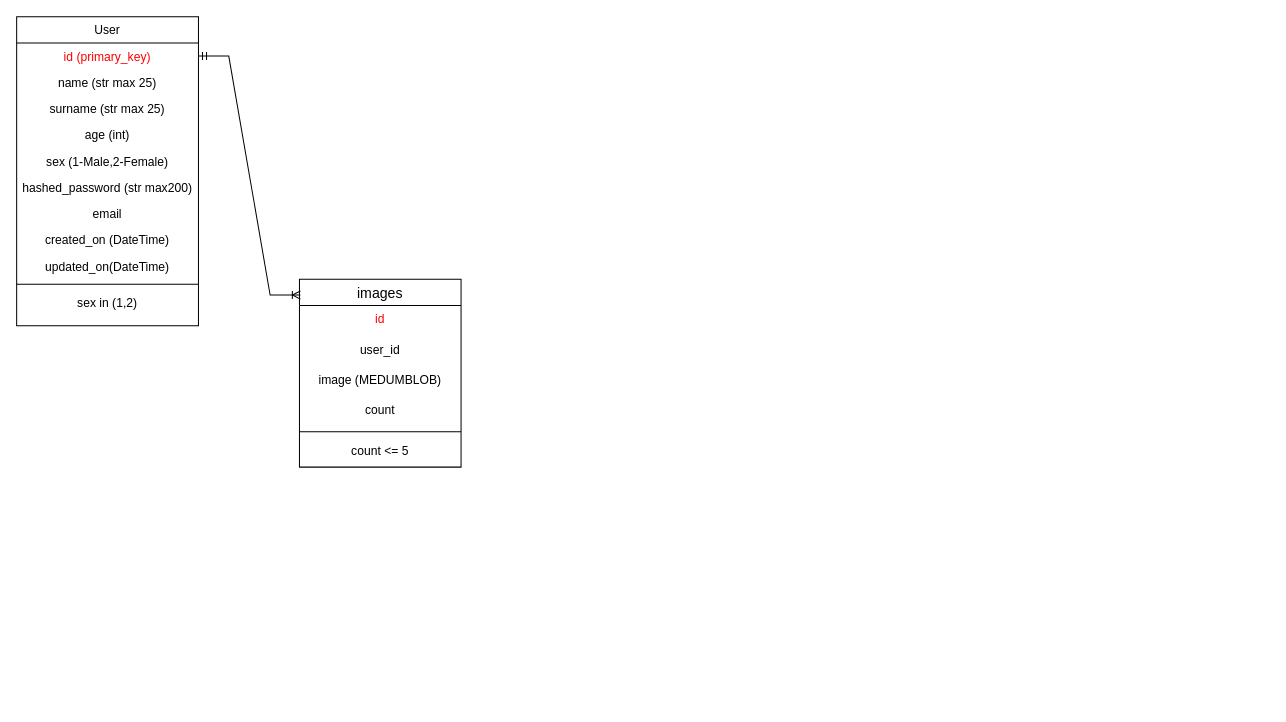
The draw.io diagram data/Untitled Diagram.drawio in andrey-blight/ademy, before the edit. Source tidied: cells renumbered, new cells numbered last; positions are measured from the earlier drawing's top-left corner, leaving out a move shared by most shapes. Both pictures are drawn from the tidied source at 101%, with x=0, y=0 at pixel (16, 16).
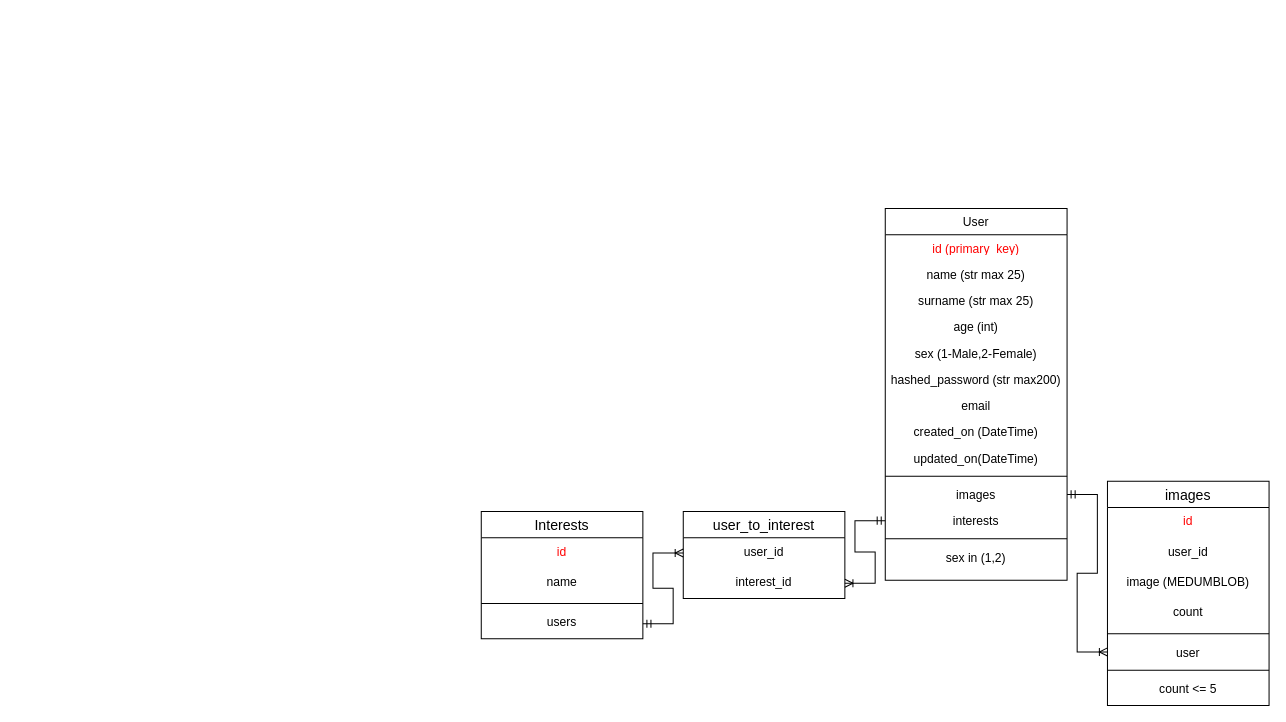
Above is the later version.

Commit message:
Add interests to diagram

The change refers to these unchanged cells:
```xml
<mxCell id="3" value="id (primary_key)&#10;" style="text;align=center;verticalAlign=top;spacingLeft=4;spacingRight=4;overflow=hidden;points=[[0,0.5],[1,0.5]];portConstraint=eastwest;fontColor=#FF0000;" parent="2" vertex="1">
  <mxGeometry y="26" width="180" height="26" as="geometry" />
</mxCell>
```

The edit, as a diff of the source:
```diff
@@
     <mxCell id="2" value="User" style="swimlane;fontStyle=0;align=center;verticalAlign=top;horizontal=1;startSize=26;rounded=0;shadow=0;strokeWidth=1;" parent="1" vertex="1">
-      <mxGeometry width="180" height="306" as="geometry" />
+      <mxGeometry x="860" y="190" width="180" height="368" as="geometry" />
     </mxCell>
@@
+    <mxCell id="22" style="line;strokeWidth=1;dashed=0;labelPosition=right;align=left;verticalAlign=middle;spacingTop=0;spacingLeft=6;fontColor=#FF0000;" parent="2" vertex="1">
+      <mxGeometry y="260" width="180" height="10" as="geometry" />
+    </mxCell>
+    <mxCell id="23" value="images" style="text;align=center;verticalAlign=top;spacingLeft=4;spacingRight=4;overflow=hidden;points=[[0,0.5],[1,0.5]];portConstraint=eastwest;rounded=0;shadow=0;html=0;" parent="2" vertex="1">
+      <mxGeometry y="270" width="180" height="26" as="geometry" />
+    </mxCell>
+    <mxCell id="24" value="interests" style="text;align=center;verticalAlign=top;spacingLeft=4;spacingRight=4;overflow=hidden;points=[[0,0.5],[1,0.5]];portConstraint=eastwest;rounded=0;shadow=0;html=0;" parent="2" vertex="1">
+      <mxGeometry y="296" width="180" height="26" as="geometry" />
+    </mxCell>
     <mxCell id="12" style="line;strokeWidth=1;dashed=0;labelPosition=right;align=left;verticalAlign=middle;spacingTop=0;spacingLeft=6;fontColor=#FF0000;" parent="2" vertex="1">
-      <mxGeometry y="260" width="180" height="10" as="geometry" />
+      <mxGeometry y="322" width="180" height="10" as="geometry" />
     </mxCell>
     <mxCell id="13" value="sex in (1,2)" style="text;align=center;verticalAlign=top;spacingLeft=4;spacingRight=4;overflow=hidden;rounded=0;shadow=0;html=0;" parent="2" vertex="1">
-      <mxGeometry y="270" width="180" height="36" as="geometry" />
+      <mxGeometry y="332" width="180" height="36" as="geometry" />
     </mxCell>
     <mxCell id="14" value="images" style="swimlane;fontStyle=0;horizontal=1;startSize=26;align=center;fontSize=14;" parent="1" vertex="1">
-      <mxGeometry x="280" y="260" width="160" height="186" as="geometry" />
+      <mxGeometry x="1080" y="460" width="160" height="222" as="geometry" />
     </mxCell>
@@
+    <mxCell id="25" style="line;strokeWidth=1;dashed=0;labelPosition=right;align=left;verticalAlign=middle;spacingTop=0;spacingLeft=6;fontColor=#FF0000;" parent="14" vertex="1">
+      <mxGeometry y="146" width="160" height="10" as="geometry" />
+    </mxCell>
+    <mxCell id="26" value="user" style="text;align=center;verticalAlign=top;spacingLeft=4;spacingRight=4;overflow=hidden;points=[[0,0.5],[1,0.5]];portConstraint=eastwest;rounded=0;shadow=0;html=0;" parent="14" vertex="1">
+      <mxGeometry y="156" width="160" height="26" as="geometry" />
+    </mxCell>
     <mxCell id="19" style="line;strokeWidth=1;dashed=0;labelPosition=right;align=left;verticalAlign=middle;spacingTop=0;spacingLeft=6;fontColor=#FF0000;" parent="14" vertex="1">
-      <mxGeometry y="146" width="160" height="10" as="geometry" />
+      <mxGeometry y="182" width="160" height="10" as="geometry" />
     </mxCell>
     <mxCell id="20" value="count &lt;= 5" style="text;strokeColor=none;fillColor=none;spacingLeft=4;spacingRight=4;overflow=hidden;fontSize=12;align=center;" parent="14" vertex="1">
-      <mxGeometry y="156" width="160" height="30" as="geometry" />
+      <mxGeometry y="192" width="160" height="30" as="geometry" />
     </mxCell>
-    <mxCell id="21" style="edgeStyle=entityRelationEdgeStyle;fontSize=12;html=1;endArrow=ERoneToMany;startArrow=ERmandOne;rounded=0;fontColor=#FF0000;exitX=1;exitY=0.5;exitDx=0;exitDy=0;entryX=0.006;entryY=0.084;entryDx=0;entryDy=0;entryPerimeter=0;" parent="1" edge="1" source="3" target="14">
+    <mxCell id="21" style="edgeStyle=entityRelationEdgeStyle;fontSize=12;html=1;endArrow=ERoneToMany;startArrow=ERmandOne;rounded=0;fontColor=#FF0000;entryX=0;entryY=0.5;entryDx=0;entryDy=0;exitX=1;exitY=0.5;exitDx=0;exitDy=0;" parent="1" edge="1" source="23" target="26">
       <mxGeometry relative="1" as="geometry" />
     </mxCell>
+    <mxCell id="27" value="user_to_interest" style="swimlane;fontStyle=0;horizontal=1;startSize=26;align=center;fontSize=14;" parent="1" vertex="1">
+      <mxGeometry x="660" y="490" width="160" height="86" as="geometry" />
+    </mxCell>
+    <mxCell id="28" value="user_id" style="text;strokeColor=none;fillColor=none;spacingLeft=4;spacingRight=4;overflow=hidden;points=[[0,0.5],[1,0.5]];portConstraint=eastwest;fontSize=12;align=center;" parent="27" vertex="1">
+      <mxGeometry y="26" width="160" height="30" as="geometry" />
+    </mxCell>
+    <mxCell id="29" value="interest_id" style="text;strokeColor=none;fillColor=none;spacingLeft=4;spacingRight=4;overflow=hidden;points=[[0,0.5],[1,0.5]];portConstraint=eastwest;fontSize=12;align=center;" parent="27" vertex="1">
+      <mxGeometry y="56" width="160" height="30" as="geometry" />
+    </mxCell>
+    <mxCell id="30" value="Interests" style="swimlane;fontStyle=0;horizontal=1;startSize=26;align=center;fontSize=14;" parent="1" vertex="1">
+      <mxGeometry x="460" y="490" width="160" height="126" as="geometry" />
+    </mxCell>
+    <mxCell id="31" value="id" style="text;strokeColor=none;fillColor=none;spacingLeft=4;spacingRight=4;overflow=hidden;fontSize=12;align=center;fontColor=#FF0000;" parent="30" vertex="1">
+      <mxGeometry y="26" width="160" height="30" as="geometry" />
+    </mxCell>
+    <mxCell id="32" value="name" style="text;strokeColor=none;fillColor=none;spacingLeft=4;spacingRight=4;overflow=hidden;fontSize=12;align=center;" parent="30" vertex="1">
+      <mxGeometry y="56" width="160" height="30" as="geometry" />
+    </mxCell>
+    <mxCell id="33" style="line;strokeWidth=1;dashed=0;labelPosition=right;align=left;verticalAlign=middle;spacingTop=0;spacingLeft=6;fontColor=#FF0000;" parent="30" vertex="1">
+      <mxGeometry y="86" width="160" height="10" as="geometry" />
+    </mxCell>
+    <mxCell id="34" value="users" style="text;strokeColor=none;fillColor=none;spacingLeft=4;spacingRight=4;overflow=hidden;points=[[0,0.5],[1,0.5]];portConstraint=eastwest;fontSize=12;align=center;" parent="30" vertex="1">
+      <mxGeometry y="96" width="160" height="30" as="geometry" />
+    </mxCell>
+    <mxCell id="35" style="edgeStyle=entityRelationEdgeStyle;fontSize=12;html=1;endArrow=ERoneToMany;startArrow=ERmandOne;rounded=0;fontColor=#FF0000;exitX=1;exitY=0.5;exitDx=0;exitDy=0;entryX=0;entryY=0.5;entryDx=0;entryDy=0;" parent="1" edge="1" source="34" target="28">
+      <mxGeometry relative="1" as="geometry" />
+    </mxCell>
+    <mxCell id="36" style="edgeStyle=entityRelationEdgeStyle;fontSize=12;html=1;endArrow=ERoneToMany;startArrow=ERmandOne;rounded=0;fontColor=#FF0000;exitX=0;exitY=0.5;exitDx=0;exitDy=0;entryX=1;entryY=0.5;entryDx=0;entryDy=0;" parent="1" edge="1" source="24" target="29">
+      <mxGeometry relative="1" as="geometry" />
+    </mxCell>
```
